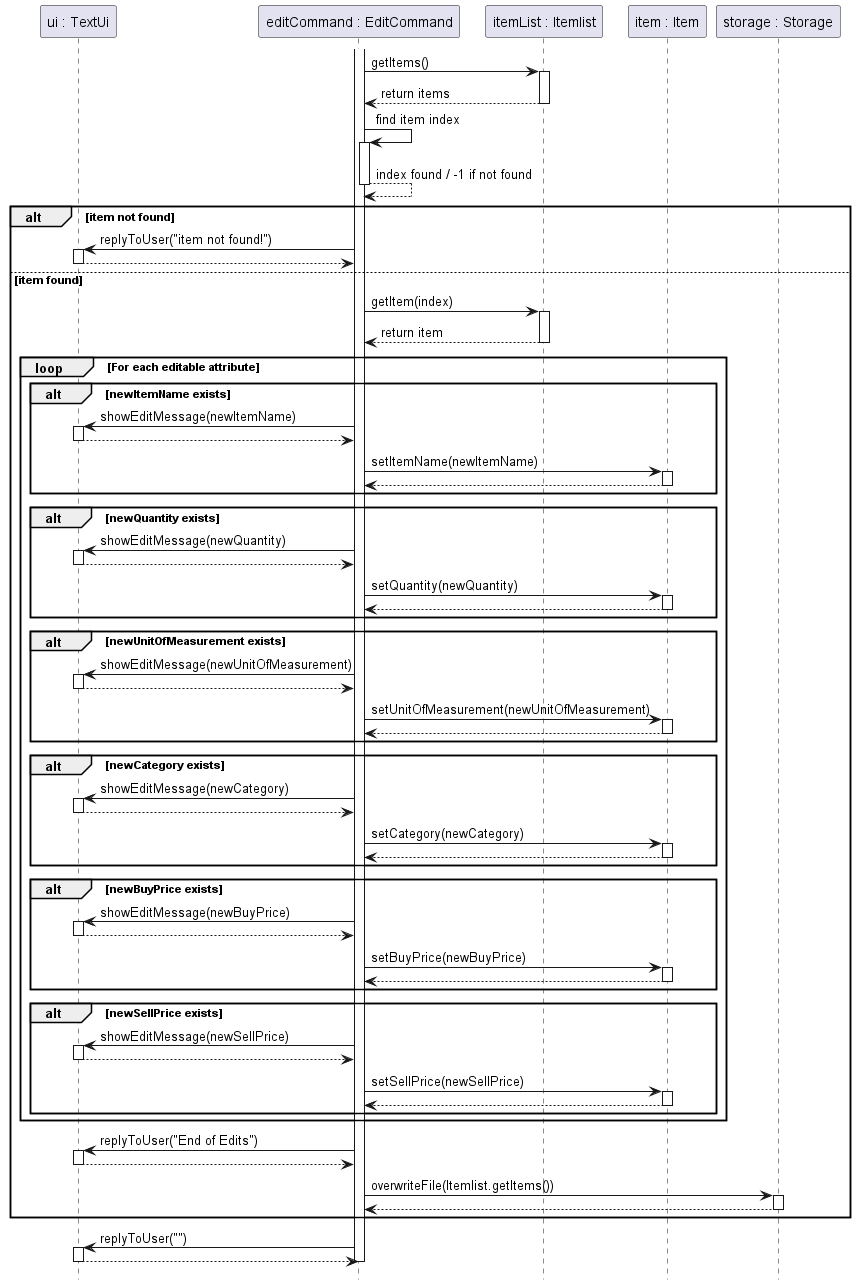
The PlantUML diagram docs/Diagrams/Images/Itemlist/EditCommand_SequenceDiagram.png in LowTL/tp, before a commit. Its diagram source:
```plantuml
@startuml
participant "ui : TextUi" as UI
participant "editCommand : EditCommand" as EditCommand
participant "itemList : Itemlist" as Itemlist
participant "item : Item" as Item
participant "storage : Storage" as Storage

activate EditCommand

EditCommand -> Itemlist : getItems()
activate Itemlist
Itemlist --> EditCommand : return items
deactivate Itemlist

EditCommand -> EditCommand : find item index
activate EditCommand
EditCommand --> EditCommand : index found / -1 if not found
deactivate EditCommand

alt item not found
    EditCommand -> UI : replyToUser("item not found!")
    activate UI
    UI --> EditCommand
    deactivate UI
else item found
    EditCommand -> Itemlist : getItem(index)
    activate Itemlist
    Itemlist --> EditCommand : return item
    deactivate Itemlist

    loop For each editable attribute
        alt newItemName exists
            EditCommand -> UI : showEditMessage(newItemName)
            activate UI
            UI --> EditCommand
            deactivate UI
            EditCommand -> Item : setItemName(newItemName)
            activate Item
            Item --> EditCommand
            deactivate Item
        end
        alt newQuantity exists
            EditCommand -> UI : showEditMessage(newQuantity)
            activate UI
            UI --> EditCommand
            deactivate UI
            EditCommand -> Item : setQuantity(newQuantity)
            activate Item
            Item --> EditCommand
            deactivate Item
        end
        alt newUnitOfMeasurement exists
            EditCommand -> UI : showEditMessage(newUnitOfMeasurement)
            activate UI
            UI --> EditCommand
            deactivate UI
            EditCommand -> Item : setUnitOfMeasurement(newUnitOfMeasurement)
            activate Item
            Item --> EditCommand
            deactivate Item
        end
            alt newCategory exists
            EditCommand -> UI : showEditMessage(newCategory)
            activate UI
            UI --> EditCommand
            deactivate UI
            EditCommand -> Item : setCategory(newCategory)
            activate Item
            Item --> EditCommand
            deactivate Item
        end
            alt newBuyPrice exists
            EditCommand -> UI : showEditMessage(newBuyPrice)
            activate UI
            UI --> EditCommand
            deactivate UI
            EditCommand -> Item : setBuyPrice(newBuyPrice)
            activate Item
            Item --> EditCommand
            deactivate Item
        end
            alt newSellPrice exists
            EditCommand -> UI : showEditMessage(newSellPrice)
            activate UI
            UI --> EditCommand
            deactivate UI
            EditCommand -> Item : setSellPrice(newSellPrice)
            activate Item
            Item --> EditCommand
            deactivate Item
        end

    end loop

    EditCommand -> UI : replyToUser("End of Edits")
    activate UI
    UI --> EditCommand
    deactivate UI

    EditCommand -> Storage : overwriteFile(Itemlist.getItems())
    activate Storage
    Storage --> EditCommand
    deactivate Storage
end

EditCommand -> UI : replyToUser("")
activate UI
UI --> EditCommand
deactivate UI
hide footbox
deactivate EditCommand
@enduml
```
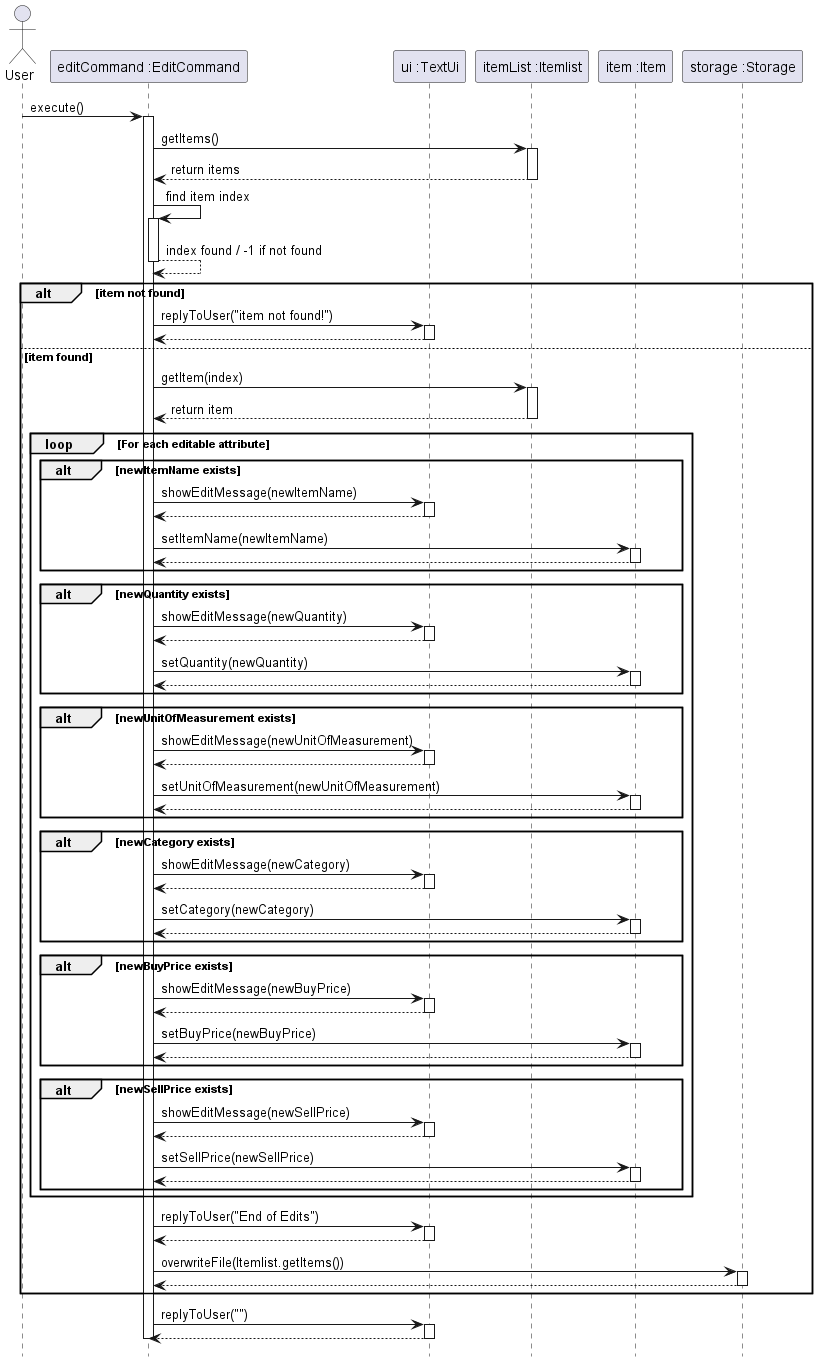
After the change.

Diff of the diagram source:
```diff
@@ -1,10 +1,12 @@
 @startuml
-participant "ui : TextUi" as UI
-participant "editCommand : EditCommand" as EditCommand
-participant "itemList : Itemlist" as Itemlist
-participant "item : Item" as Item
-participant "storage : Storage" as Storage
+actor User
+participant "editCommand :EditCommand" as EditCommand
+participant "ui :TextUi" as UI
+participant "itemList :Itemlist" as Itemlist
+participant "item :Item" as Item
+participant "storage :Storage" as Storage
 
+User -> EditCommand : execute()
 activate EditCommand
 
 EditCommand -> Itemlist : getItems()
```
